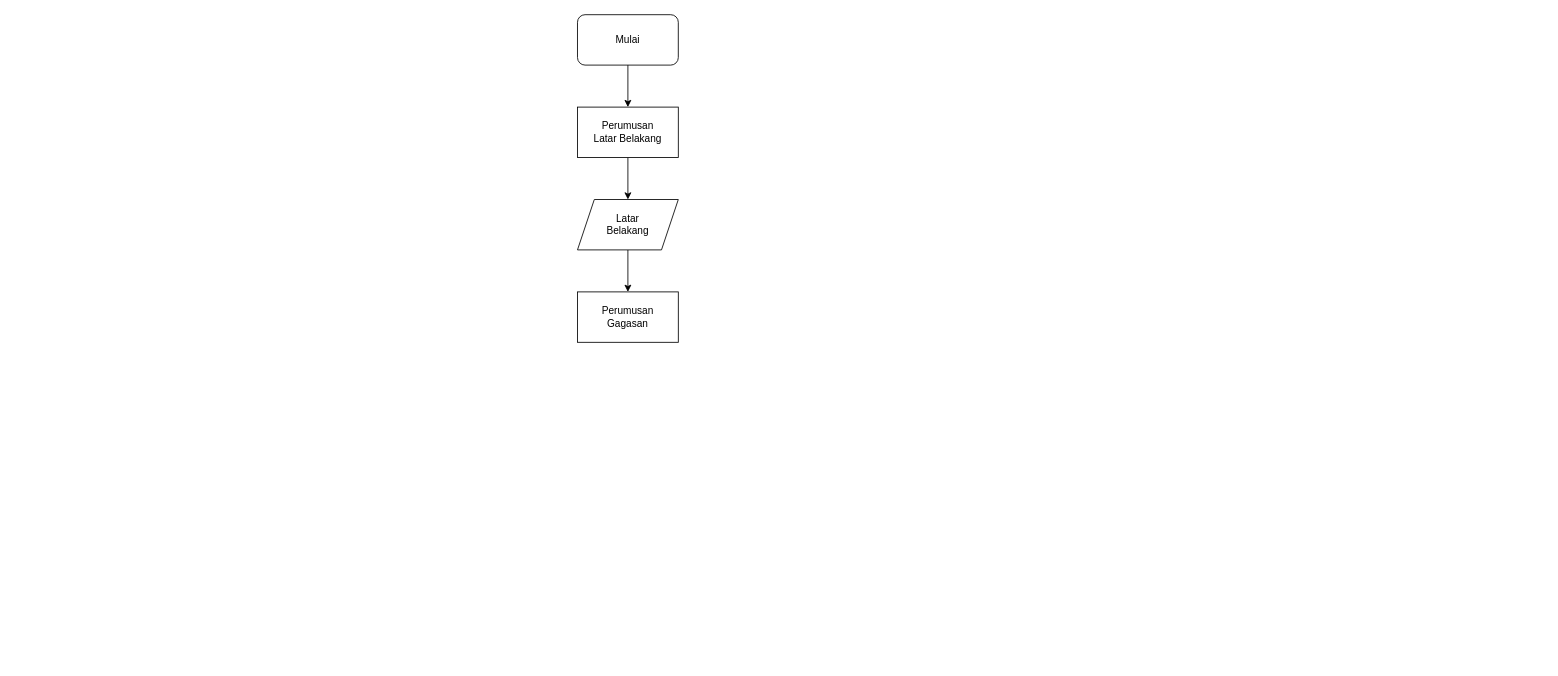
The draw.io diagram AlureBerpikir.drawio in farellfaiz/flowchart, before the edit. Source tidied: cells renumbered, new cells numbered last; positions are measured from the earlier drawing's top-left corner, leaving out a move shared by most shapes. Both pictures are drawn from the tidied source at 84%, with x=0, y=0 at pixel (577, 14).
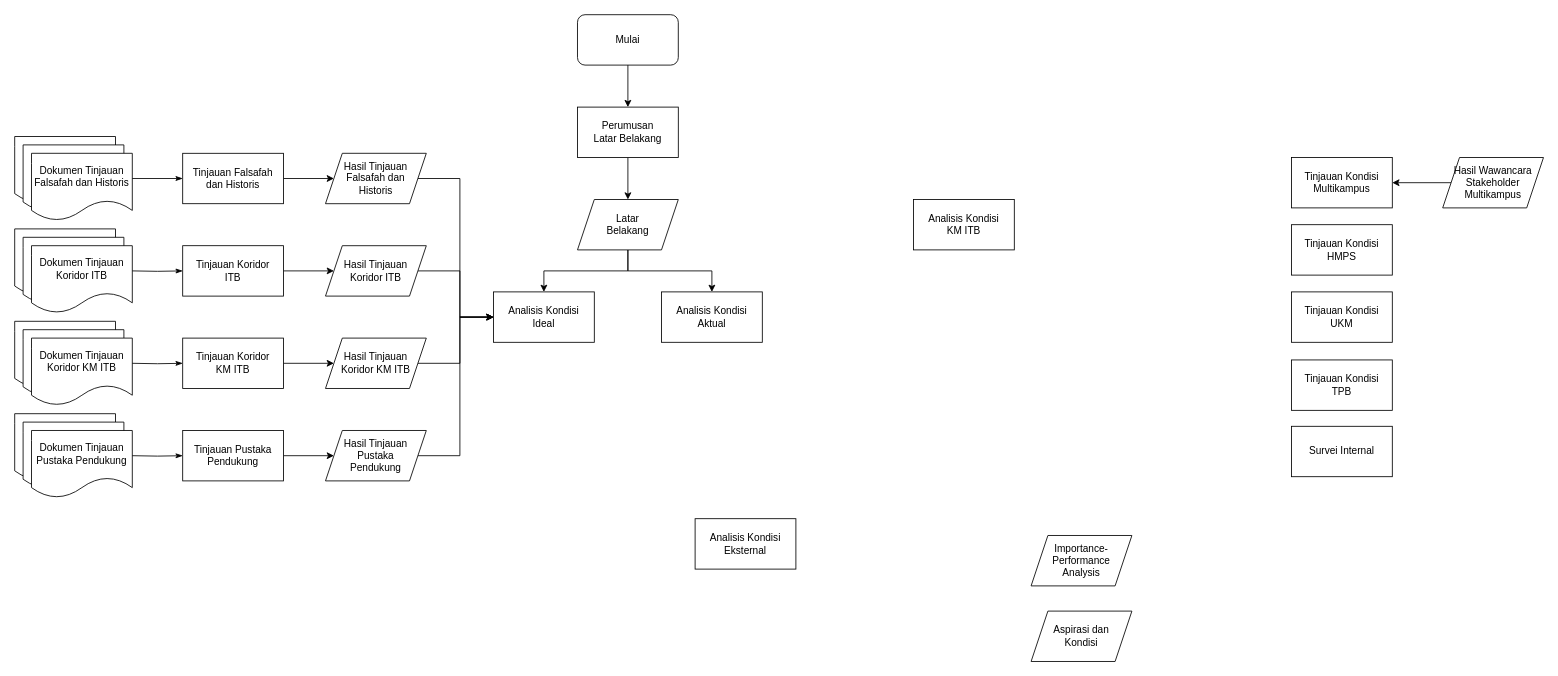
The same page after the edit.

Unchanged cells that the change refers to:
```xml
<mxCell id="7" value="Latar&lt;div&gt;Belakang&lt;/div&gt;" style="shape=parallelogram;perimeter=parallelogramPerimeter;whiteSpace=wrap;html=1;fixedSize=1;" parent="1" vertex="1">
  <mxGeometry y="220" width="120" height="60" as="geometry" />
</mxCell>
```

The edit, as a diff of the source:
```diff
@@
-    <mxCell id="6" style="edgeStyle=orthogonalEdgeStyle;rounded=0;jettySize=auto;html=1;entryX=0.5;entryY=0;entryDx=0;entryDy=0;" parent="1" edge="1" source="7" target="8">
-      <mxGeometry relative="1" as="geometry" />
-    </mxCell>
+    <mxCell id="9" style="edgeStyle=orthogonalEdgeStyle;rounded=0;jettySize=auto;html=1;entryX=0.5;entryY=0;entryDx=0;entryDy=0;" parent="1" edge="1" source="7" target="11">
+      <mxGeometry relative="1" as="geometry" />
+    </mxCell>
+    <mxCell id="10" style="edgeStyle=orthogonalEdgeStyle;rounded=0;jettySize=auto;html=1;entryX=0.5;entryY=0;entryDx=0;entryDy=0;" parent="1" edge="1" source="7" target="12">
+      <mxGeometry relative="1" as="geometry" />
+    </mxCell>
@@
-    <mxCell id="8" value="Perumusan&lt;div&gt;Gagasan&lt;/div&gt;" style="rounded=0;whiteSpace=wrap;html=1;" parent="1" vertex="1">
-      <mxGeometry y="330" width="120" height="60" as="geometry" />
-    </mxCell>
+    <mxCell id="11" value="Analisis Kondisi&lt;div&gt;Ideal&lt;/div&gt;" style="rounded=0;whiteSpace=wrap;html=1;" parent="1" vertex="1">
+      <mxGeometry x="-100" y="330" width="120" height="60" as="geometry" />
+    </mxCell>
+    <mxCell id="12" value="Analisis Kondisi&lt;div&gt;Aktual&lt;/div&gt;" style="rounded=0;whiteSpace=wrap;html=1;" parent="1" vertex="1">
+      <mxGeometry x="100" y="330" width="120" height="60" as="geometry" />
+    </mxCell>
+    <mxCell id="13" style="group;" parent="1" vertex="1">
+      <mxGeometry x="-670" y="145" width="140" height="100" as="geometry" />
+    </mxCell>
+    <mxCell id="14" style="shape=document;whiteSpace=wrap;html=1;boundedLbl=1;" parent="13" vertex="1">
+      <mxGeometry width="120" height="80" as="geometry" />
+    </mxCell>
+    <mxCell id="15" style="shape=document;whiteSpace=wrap;html=1;boundedLbl=1;" parent="13" vertex="1">
+      <mxGeometry x="10" y="10" width="120" height="80" as="geometry" />
+    </mxCell>
+    <mxCell id="16" value="Dokumen Tinjauan&lt;div&gt;Falsafah dan Historis&lt;/div&gt;" style="shape=document;whiteSpace=wrap;html=1;boundedLbl=1;" parent="13" vertex="1">
+      <mxGeometry x="20" y="20" width="120" height="80" as="geometry" />
+    </mxCell>
+    <mxCell id="17" style="edgeStyle=orthogonalEdgeStyle;rounded=0;jettySize=auto;html=1;entryX=0;entryY=0.5;entryDx=0;entryDy=0;" parent="1" edge="1" source="18" target="26">
+      <mxGeometry relative="1" as="geometry" />
+    </mxCell>
+    <mxCell id="18" value="Tinjauan Falsafah&lt;div&gt;dan Historis&lt;/div&gt;" style="rounded=0;whiteSpace=wrap;html=1;" parent="1" vertex="1">
+      <mxGeometry x="-470" y="165" width="120" height="60" as="geometry" />
+    </mxCell>
+    <mxCell id="19" style="edgeStyle=orthogonalEdgeStyle;rounded=0;jettySize=auto;html=1;entryX=0;entryY=0.5;entryDx=0;entryDy=0;" parent="1" edge="1" source="20" target="28">
+      <mxGeometry relative="1" as="geometry" />
+    </mxCell>
+    <mxCell id="20" value="Tinjauan Koridor&lt;div&gt;ITB&lt;/div&gt;" style="rounded=0;whiteSpace=wrap;html=1;" parent="1" vertex="1">
+      <mxGeometry x="-470" y="275" width="120" height="60" as="geometry" />
+    </mxCell>
+    <mxCell id="21" style="edgeStyle=orthogonalEdgeStyle;rounded=0;jettySize=auto;html=1;entryX=0;entryY=0.5;entryDx=0;entryDy=0;" parent="1" edge="1" source="22" target="30">
+      <mxGeometry relative="1" as="geometry" />
+    </mxCell>
+    <mxCell id="22" value="Tinjauan Koridor&lt;div&gt;KM ITB&lt;/div&gt;" style="rounded=0;whiteSpace=wrap;html=1;" parent="1" vertex="1">
+      <mxGeometry x="-470" y="385" width="120" height="60" as="geometry" />
+    </mxCell>
+    <mxCell id="23" style="edgeStyle=orthogonalEdgeStyle;rounded=0;jettySize=auto;html=1;entryX=0;entryY=0.5;entryDx=0;entryDy=0;" parent="1" edge="1" source="24" target="32">
+      <mxGeometry relative="1" as="geometry" />
+    </mxCell>
+    <mxCell id="24" value="Tinjauan Pustaka&lt;div&gt;Pendukung&lt;/div&gt;" style="rounded=0;whiteSpace=wrap;html=1;" parent="1" vertex="1">
+      <mxGeometry x="-470" y="495" width="120" height="60" as="geometry" />
+    </mxCell>
+    <mxCell id="25" style="edgeStyle=orthogonalEdgeStyle;rounded=0;jettySize=auto;html=1;entryX=0;entryY=0.5;entryDx=0;entryDy=0;" parent="1" edge="1" source="26" target="11">
+      <mxGeometry relative="1" as="geometry" />
+    </mxCell>
+    <mxCell id="26" value="Hasil Tinjauan&lt;div&gt;Falsafah dan&lt;/div&gt;&lt;div&gt;Historis&lt;/div&gt;" style="shape=parallelogram;perimeter=parallelogramPerimeter;whiteSpace=wrap;html=1;fixedSize=1;" parent="1" vertex="1">
+      <mxGeometry x="-300" y="165" width="120" height="60" as="geometry" />
+    </mxCell>
+    <mxCell id="27" style="edgeStyle=orthogonalEdgeStyle;rounded=0;jettySize=auto;html=1;entryX=0;entryY=0.5;entryDx=0;entryDy=0;" parent="1" edge="1" source="28" target="11">
+      <mxGeometry relative="1" as="geometry" />
+    </mxCell>
+    <mxCell id="28" value="Hasil Tinjauan&lt;div&gt;Koridor ITB&lt;/div&gt;" style="shape=parallelogram;perimeter=parallelogramPerimeter;whiteSpace=wrap;html=1;fixedSize=1;" parent="1" vertex="1">
+      <mxGeometry x="-300" y="275" width="120" height="60" as="geometry" />
+    </mxCell>
+    <mxCell id="29" style="edgeStyle=orthogonalEdgeStyle;rounded=0;jettySize=auto;html=1;entryX=0;entryY=0.5;entryDx=0;entryDy=0;" parent="1" edge="1" source="30" target="11">
+      <mxGeometry relative="1" as="geometry" />
+    </mxCell>
+    <mxCell id="30" value="Hasil Tinjauan&lt;div&gt;Koridor KM ITB&lt;/div&gt;" style="shape=parallelogram;perimeter=parallelogramPerimeter;whiteSpace=wrap;html=1;fixedSize=1;" parent="1" vertex="1">
+      <mxGeometry x="-300" y="385" width="120" height="60" as="geometry" />
+    </mxCell>
+    <mxCell id="31" style="edgeStyle=orthogonalEdgeStyle;rounded=0;jettySize=auto;html=1;entryX=0;entryY=0.5;entryDx=0;entryDy=0;" parent="1" edge="1" source="32" target="11">
+      <mxGeometry relative="1" as="geometry" />
+    </mxCell>
+    <mxCell id="32" value="Hasil Tinjauan&lt;div&gt;Pustaka&lt;/div&gt;&lt;div&gt;Pendukung&lt;/div&gt;" style="shape=parallelogram;perimeter=parallelogramPerimeter;whiteSpace=wrap;html=1;fixedSize=1;" parent="1" vertex="1">
+      <mxGeometry x="-300" y="495" width="120" height="60" as="geometry" />
+    </mxCell>
+    <mxCell id="33" style="edgeStyle=orthogonalEdgeStyle;rounded=0;jettySize=auto;html=1;entryX=1;entryY=0.375;entryDx=0;entryDy=0;entryPerimeter=0;startArrow=classicThin;startFill=1;endArrow=none;" parent="1" edge="1" source="18" target="16">
+      <mxGeometry relative="1" as="geometry" />
+    </mxCell>
+    <mxCell id="34" style="group;" parent="1" vertex="1">
+      <mxGeometry x="-670" y="255" width="140" height="100" as="geometry" />
+    </mxCell>
+    <mxCell id="35" style="shape=document;whiteSpace=wrap;html=1;boundedLbl=1;" parent="34" vertex="1">
+      <mxGeometry width="120" height="80" as="geometry" />
+    </mxCell>
+    <mxCell id="36" style="shape=document;whiteSpace=wrap;html=1;boundedLbl=1;" parent="34" vertex="1">
+      <mxGeometry x="10" y="10" width="120" height="80" as="geometry" />
+    </mxCell>
+    <mxCell id="37" value="Dokumen Tinjauan&lt;div&gt;Koridor ITB&lt;/div&gt;" style="shape=document;whiteSpace=wrap;html=1;boundedLbl=1;" parent="34" vertex="1">
+      <mxGeometry x="20" y="20" width="120" height="80" as="geometry" />
+    </mxCell>
+    <mxCell id="38" style="edgeStyle=orthogonalEdgeStyle;rounded=0;jettySize=auto;html=1;entryX=1;entryY=0.375;entryDx=0;entryDy=0;entryPerimeter=0;startArrow=classicThin;startFill=1;endArrow=none;" parent="1" edge="1" target="37">
+      <mxGeometry relative="1" as="geometry">
+        <mxPoint x="-470" y="305" as="sourcePoint" />
+      </mxGeometry>
+    </mxCell>
+    <mxCell id="39" style="group;" parent="1" vertex="1">
+      <mxGeometry x="-670" y="365" width="140" height="100" as="geometry" />
+    </mxCell>
+    <mxCell id="40" style="shape=document;whiteSpace=wrap;html=1;boundedLbl=1;" parent="39" vertex="1">
+      <mxGeometry width="120" height="80" as="geometry" />
+    </mxCell>
+    <mxCell id="41" style="shape=document;whiteSpace=wrap;html=1;boundedLbl=1;" parent="39" vertex="1">
+      <mxGeometry x="10" y="10" width="120" height="80" as="geometry" />
+    </mxCell>
+    <mxCell id="42" value="Dokumen Tinjauan&lt;div&gt;Koridor KM ITB&lt;/div&gt;" style="shape=document;whiteSpace=wrap;html=1;boundedLbl=1;" parent="39" vertex="1">
+      <mxGeometry x="20" y="20" width="120" height="80" as="geometry" />
+    </mxCell>
+    <mxCell id="43" style="edgeStyle=orthogonalEdgeStyle;rounded=0;jettySize=auto;html=1;entryX=1;entryY=0.375;entryDx=0;entryDy=0;entryPerimeter=0;startArrow=classicThin;startFill=1;endArrow=none;" parent="1" edge="1" target="42">
+      <mxGeometry relative="1" as="geometry">
+        <mxPoint x="-470" y="415" as="sourcePoint" />
+      </mxGeometry>
+    </mxCell>
+    <mxCell id="44" style="group;" parent="1" vertex="1">
+      <mxGeometry x="-670" y="475" width="140" height="100" as="geometry" />
+    </mxCell>
+    <mxCell id="45" style="shape=document;whiteSpace=wrap;html=1;boundedLbl=1;" parent="44" vertex="1">
+      <mxGeometry width="120" height="80" as="geometry" />
+    </mxCell>
+    <mxCell id="46" style="shape=document;whiteSpace=wrap;html=1;boundedLbl=1;" parent="44" vertex="1">
+      <mxGeometry x="10" y="10" width="120" height="80" as="geometry" />
+    </mxCell>
+    <mxCell id="47" value="Dokumen Tinjauan&lt;div&gt;Pustaka Pendukung&lt;/div&gt;" style="shape=document;whiteSpace=wrap;html=1;boundedLbl=1;" parent="44" vertex="1">
+      <mxGeometry x="20" y="20" width="120" height="80" as="geometry" />
+    </mxCell>
+    <mxCell id="48" style="edgeStyle=orthogonalEdgeStyle;rounded=0;jettySize=auto;html=1;entryX=1;entryY=0.375;entryDx=0;entryDy=0;entryPerimeter=0;startArrow=classicThin;startFill=1;endArrow=none;" parent="1" edge="1" target="47">
+      <mxGeometry relative="1" as="geometry">
+        <mxPoint x="-470" y="525" as="sourcePoint" />
+      </mxGeometry>
+    </mxCell>
+    <mxCell id="49" value="Analisis Kondisi&lt;div&gt;KM ITB&lt;/div&gt;" style="rounded=0;whiteSpace=wrap;html=1;" parent="1" vertex="1">
+      <mxGeometry x="400" y="220" width="120" height="60" as="geometry" />
+    </mxCell>
+    <mxCell id="50" value="Analisis Kondisi&lt;div&gt;Eksternal&lt;/div&gt;" style="rounded=0;whiteSpace=wrap;html=1;" parent="1" vertex="1">
+      <mxGeometry x="140" y="600" width="120" height="60" as="geometry" />
+    </mxCell>
+    <mxCell id="51" value="Importance-&lt;div&gt;Performance&lt;/div&gt;&lt;div&gt;Analysis&lt;/div&gt;" style="shape=parallelogram;perimeter=parallelogramPerimeter;whiteSpace=wrap;html=1;fixedSize=1;" parent="1" vertex="1">
+      <mxGeometry x="540" y="620" width="120" height="60" as="geometry" />
+    </mxCell>
+    <mxCell id="52" value="Tinjauan Kondisi&lt;div&gt;HMPS&lt;/div&gt;" style="rounded=0;whiteSpace=wrap;html=1;" parent="1" vertex="1">
+      <mxGeometry x="850" y="250" width="120" height="60" as="geometry" />
+    </mxCell>
+    <mxCell id="53" value="Tinjauan Kondisi&lt;div&gt;UKM&lt;/div&gt;" style="rounded=0;whiteSpace=wrap;html=1;" parent="1" vertex="1">
+      <mxGeometry x="850" y="330" width="120" height="60" as="geometry" />
+    </mxCell>
+    <mxCell id="54" value="Tinjauan Kondisi&lt;div&gt;TPB&lt;/div&gt;" style="rounded=0;whiteSpace=wrap;html=1;" parent="1" vertex="1">
+      <mxGeometry x="850" y="411" width="120" height="60" as="geometry" />
+    </mxCell>
+    <mxCell id="55" value="Tinjauan Kondisi&lt;div&gt;Multikampus&lt;/div&gt;" style="rounded=0;whiteSpace=wrap;html=1;" parent="1" vertex="1">
+      <mxGeometry x="850" y="170" width="120" height="60" as="geometry" />
+    </mxCell>
+    <mxCell id="56" value="Aspirasi dan&lt;div&gt;Kondisi&lt;/div&gt;" style="shape=parallelogram;perimeter=parallelogramPerimeter;whiteSpace=wrap;html=1;fixedSize=1;" parent="1" vertex="1">
+      <mxGeometry x="540" y="710" width="120" height="60" as="geometry" />
+    </mxCell>
+    <mxCell id="57" value="Survei Internal" style="rounded=0;whiteSpace=wrap;html=1;" parent="1" vertex="1">
+      <mxGeometry x="850" y="490" width="120" height="60" as="geometry" />
+    </mxCell>
+    <mxCell id="58" style="edgeStyle=orthogonalEdgeStyle;rounded=0;jettySize=auto;html=1;entryX=1;entryY=0.5;entryDx=0;entryDy=0;" parent="1" edge="1" source="59" target="55">
+      <mxGeometry relative="1" as="geometry" />
+    </mxCell>
+    <mxCell id="59" value="Hasil Wawancara&lt;div&gt;Stakeholder Multikampus&lt;/div&gt;" style="shape=parallelogram;perimeter=parallelogramPerimeter;whiteSpace=wrap;html=1;fixedSize=1;" parent="1" vertex="1">
+      <mxGeometry x="1030" y="170" width="120" height="60" as="geometry" />
+    </mxCell>
```
